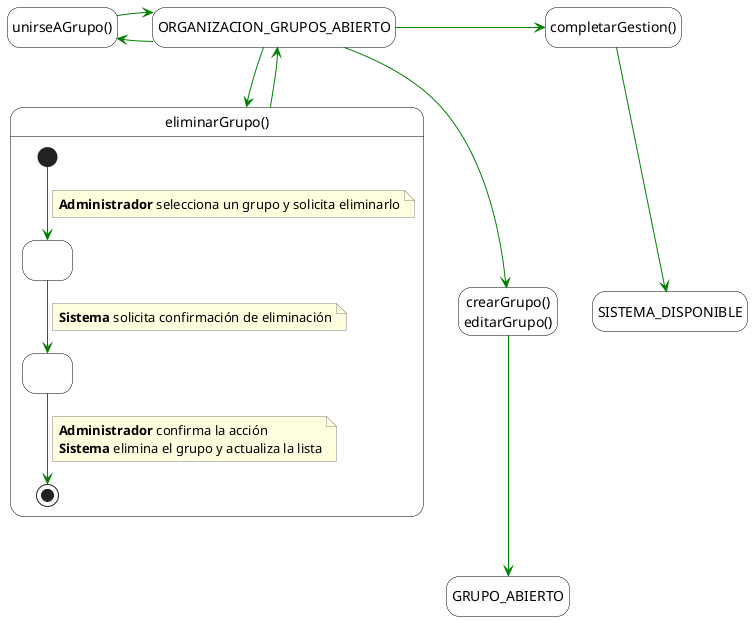
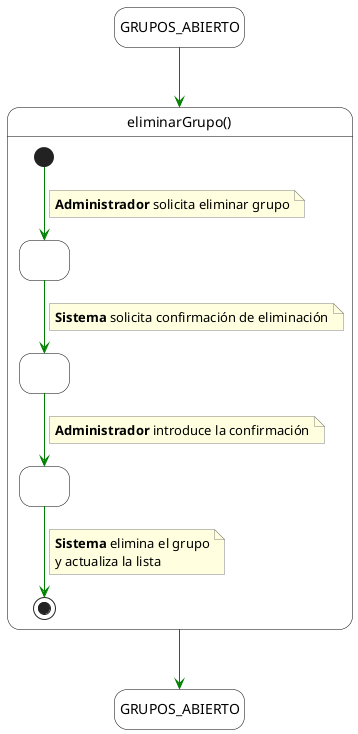
@startuml
hide empty description

- ' Estilos visuales
skinparam state {
    BackgroundColor White
    BorderColor Black
    ArrowColor Green
}
skinparam note {
    BackgroundColor LightYellow
    BorderColor Gray
}

- ' 1. Entrada (Estado origen)
- state ORGANIZACION_GRUPOS_ABIERTO
+ ' Estado inicial arriba
+ state GRUPOS_ABIERTO

- ' 2. Estado compuesto principal: eliminarGrupo()
state "eliminarGrupo()" as MainBlock {
- 
    [*] --> Paso1
    note on link
-         **Administrador** selecciona un grupo y solicita eliminarlo
+         **Administrador** solicita eliminar grupo
    end note

    state Paso1 as " "
- 
    Paso1 --> Paso2
    note on link
        **Sistema** solicita confirmación de eliminación
    end note

    state Paso2 as " "
+     Paso2 --> Paso3
+     note on link
+         **Administrador** introduce la confirmación
+     end note

-     Paso2 --> [*]
+     state Paso3 as " "
+     Paso3 --> [*]
    note on link
-         **Administrador** confirma la acción
-         **Sistema** elimina el grupo y actualiza la lista
+         **Sistema** elimina el grupo
+         y actualiza la lista
    end note
}

- ' Conexión de entrada
- ORGANIZACION_GRUPOS_ABIERTO -down-> MainBlock
+ ' Creamos un "alias" para que aparezca una copia abajo
+ state "GRUPOS_ABIERTO" as GRUPOS_ABIERTO_FINAL

- ' 3. Salida (Vuelve al estado de lista según el bucle del diagrama)
- MainBlock -down-> ORGANIZACION_GRUPOS_ABIERTO
- 
- ' 4. Otras operaciones disponibles desde ORGANIZACION_GRUPOS_ABIERTO
- 
- ' Ir al detalle de un grupo (Crear/Editar)
- state irDetalle as "crearGrupo()\neditarGrupo()"
- ORGANIZACION_GRUPOS_ABIERTO -down-> irDetalle
- state GRUPO_ABIERTO
- irDetalle -down-> GRUPO_ABIERTO
- 
- ' Otro bucle disponible (Unirse)
- state otroBucle as "unirseAGrupo()"
- ORGANIZACION_GRUPOS_ABIERTO -left-> otroBucle
- otroBucle -right-> ORGANIZACION_GRUPOS_ABIERTO
- 
- ' Salir del sistema
- state salir as "completarGestion()"
- state SISTEMA_DISPONIBLE
- ORGANIZACION_GRUPOS_ABIERTO -right-> salir
- salir -down-> SISTEMA_DISPONIBLE
- 
+ GRUPOS_ABIERTO -down-> MainBlock
+ MainBlock -down-> GRUPOS_ABIERTO_FINAL
@enduml